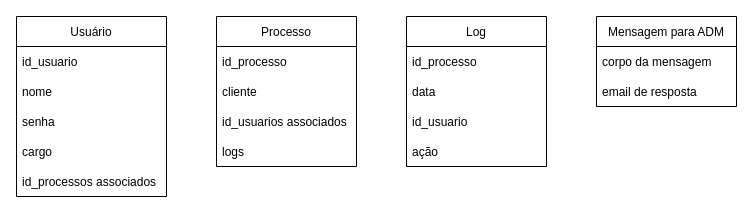
This is Documentos/Advoc-Modelagem de Dados.drawio from vbasilioo/Advocacia, a draw.io file, before an edit. Source tidied: cells renumbered, new cells numbered last; positions are measured from the earlier drawing's top-left corner, leaving out a move shared by most shapes. Both pictures are drawn from the tidied source at 100%, with x=0, y=0 at pixel (16, 16).
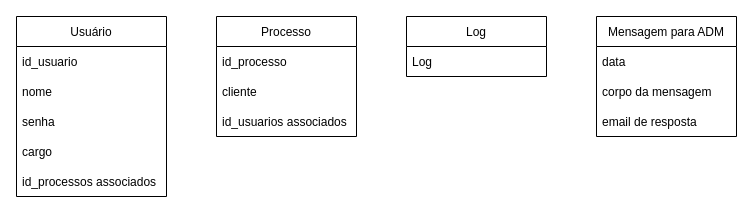
The same page after the edit.

Commit message (it also covers changes not shown here):
Atualização documentos

Diff of the diagram source:
```diff
@@
     <mxCell id="8" value="Processo" style="swimlane;fontStyle=0;horizontal=1;startSize=30;" parent="1" vertex="1">
-      <mxGeometry x="200" width="140" height="150" as="geometry" />
+      <mxGeometry x="200" width="140" height="120" as="geometry" />
     </mxCell>
@@
-    <mxCell id="12" value="logs" style="text;strokeColor=none;fillColor=none;align=left;verticalAlign=middle;spacingLeft=4;spacingRight=4;overflow=hidden;" parent="8" vertex="1">
-      <mxGeometry y="120" width="140" height="30" as="geometry" />
-    </mxCell>
     <mxCell id="13" value="Log" style="swimlane;fontStyle=0;horizontal=1;startSize=30;" parent="1" vertex="1">
-      <mxGeometry x="390" width="140" height="150" as="geometry" />
+      <mxGeometry x="390" width="140" height="60" as="geometry" />
     </mxCell>
-    <mxCell id="14" value="id_processo" style="text;strokeColor=none;fillColor=none;align=left;verticalAlign=middle;spacingLeft=4;spacingRight=4;overflow=hidden;" parent="13" vertex="1">
+    <mxCell id="14" value="Log" style="text;strokeColor=none;fillColor=none;align=left;verticalAlign=middle;spacingLeft=4;spacingRight=4;overflow=hidden;" parent="13" vertex="1">
       <mxGeometry y="30" width="140" height="30" as="geometry" />
     </mxCell>
+    <mxCell id="18" value="Mensagem para ADM" style="swimlane;fontStyle=0;horizontal=1;startSize=30;" parent="1" vertex="1">
+      <mxGeometry x="580" width="140" height="120" as="geometry" />
+    </mxCell>
-    <mxCell id="15" value="data" style="text;strokeColor=none;fillColor=none;align=left;verticalAlign=middle;spacingLeft=4;spacingRight=4;overflow=hidden;" parent="13" vertex="1">
-      <mxGeometry y="60" width="140" height="30" as="geometry" />
+    <mxCell id="15" value="data" style="text;strokeColor=none;fillColor=none;align=left;verticalAlign=middle;spacingLeft=4;spacingRight=4;overflow=hidden;" parent="18" vertex="1">
+      <mxGeometry y="30" width="140" height="30" as="geometry" />
     </mxCell>
-    <mxCell id="16" value="id_usuario" style="text;strokeColor=none;fillColor=none;align=left;verticalAlign=middle;spacingLeft=4;spacingRight=4;overflow=hidden;" parent="13" vertex="1">
-      <mxGeometry y="90" width="140" height="30" as="geometry" />
-    </mxCell>
-    <mxCell id="17" value="ação" style="text;strokeColor=none;fillColor=none;align=left;verticalAlign=middle;spacingLeft=4;spacingRight=4;overflow=hidden;" parent="13" vertex="1">
-      <mxGeometry y="120" width="140" height="30" as="geometry" />
-    </mxCell>
-    <mxCell id="18" value="Mensagem para ADM" style="swimlane;fontStyle=0;horizontal=1;startSize=30;" parent="1" vertex="1">
-      <mxGeometry x="580" width="140" height="90" as="geometry" />
-    </mxCell>
     <mxCell id="19" value="corpo da mensagem" style="text;strokeColor=none;fillColor=none;align=left;verticalAlign=middle;spacingLeft=4;spacingRight=4;overflow=hidden;" parent="18" vertex="1">
-      <mxGeometry y="30" width="140" height="30" as="geometry" />
+      <mxGeometry y="60" width="140" height="30" as="geometry" />
     </mxCell>
     <mxCell id="20" value="email de resposta" style="text;strokeColor=none;fillColor=none;align=left;verticalAlign=middle;spacingLeft=4;spacingRight=4;overflow=hidden;" parent="18" vertex="1">
-      <mxGeometry y="60" width="140" height="30" as="geometry" />
+      <mxGeometry y="90" width="140" height="30" as="geometry" />
     </mxCell>
```
